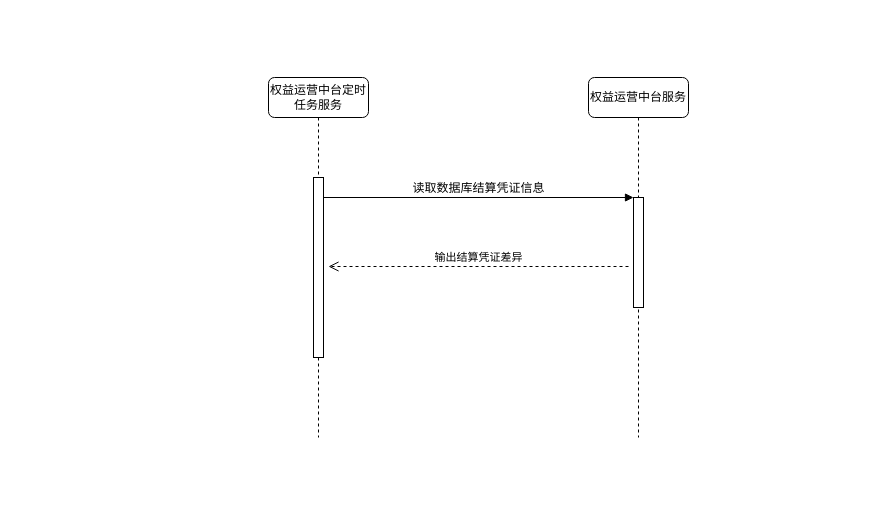
Earlier version of the draw.io diagram page "结算凭证出资方维护" (4 of 9) of COSMIC.drawio (moshan123/draw). Source tidied: cells renumbered, new cells numbered last; positions are measured from the earlier drawing's top-left corner, leaving out a move shared by most shapes. Both pictures are drawn from the tidied source at 100%, with x=0, y=0 at pixel (268, 77).
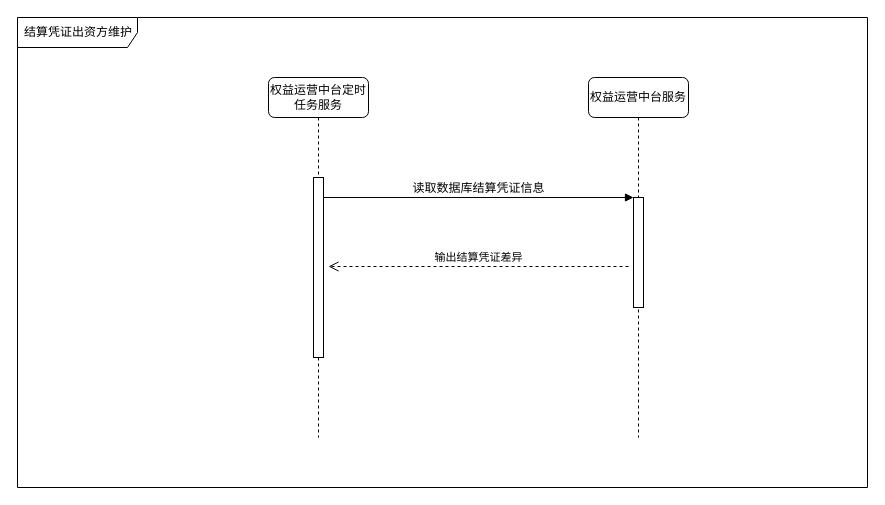
The same diagram, later.

The edit, as a diff of the source:
```diff
@@
 <mxGraphModel>
   <root>
     <mxCell id="0" />
     <mxCell id="1" parent="0" />
     <mxCell id="2" value="权益运营中台定时任务服务" style="shape=umlLifeline;perimeter=lifelinePerimeter;whiteSpace=wrap;html=1;rounded=1;shadow=0;comic=0;labelBackgroundColor=none;strokeWidth=1;fontFamily=Verdana;fontSize=12;align=center;" parent="1" vertex="1">
       <mxGeometry width="100" height="360" as="geometry" />
     </mxCell>
     <mxCell id="3" style="html=1;points=[];perimeter=orthogonalPerimeter;rounded=0;shadow=0;comic=0;labelBackgroundColor=none;strokeWidth=1;fontFamily=Verdana;fontSize=12;align=center;" parent="2" vertex="1">
       <mxGeometry x="45" y="100" width="10" height="180" as="geometry" />
     </mxCell>
     <mxCell id="4" value="权益运营中台服务" style="shape=umlLifeline;perimeter=lifelinePerimeter;whiteSpace=wrap;html=1;rounded=1;shadow=0;comic=0;labelBackgroundColor=none;strokeWidth=1;fontFamily=Verdana;fontSize=12;align=center;" parent="1" vertex="1">
       <mxGeometry x="320" width="100" height="360" as="geometry" />
     </mxCell>
     <mxCell id="5" style="html=1;points=[];perimeter=orthogonalPerimeter;rounded=0;shadow=0;comic=0;labelBackgroundColor=none;strokeWidth=1;fontFamily=Verdana;fontSize=12;align=center;" parent="4" vertex="1">
       <mxGeometry x="45" y="120" width="10" height="110" as="geometry" />
     </mxCell>
     <mxCell id="6" value="读取数据库结算凭证信息" style="html=1;verticalAlign=bottom;endArrow=block;entryX=0;entryY=0;labelBackgroundColor=none;fontFamily=Verdana;fontSize=12;edgeStyle=elbowEdgeStyle;elbow=vertical;" parent="1" edge="1" source="3" target="5">
       <mxGeometry relative="1" as="geometry" />
     </mxCell>
     <mxCell id="7" value="输出结算凭证差异" style="html=1;verticalAlign=bottom;endArrow=open;dashed=1;endSize=8;" parent="1" edge="1">
       <mxGeometry relative="1" as="geometry">
         <mxPoint x="360" y="189" as="sourcePoint" />
         <mxPoint x="60" y="189" as="targetPoint" />
       </mxGeometry>
     </mxCell>
+    <mxCell id="8" value="结算凭证出资方维护" style="shape=umlFrame;whiteSpace=wrap;html=1;width=120;height=30;boundedLbl=1;verticalAlign=middle;align=left;spacingLeft=5;" parent="1" vertex="1">
+      <mxGeometry x="-251" y="-60" width="850" height="470" as="geometry" />
+    </mxCell>
   </root>
 </mxGraphModel>
```
